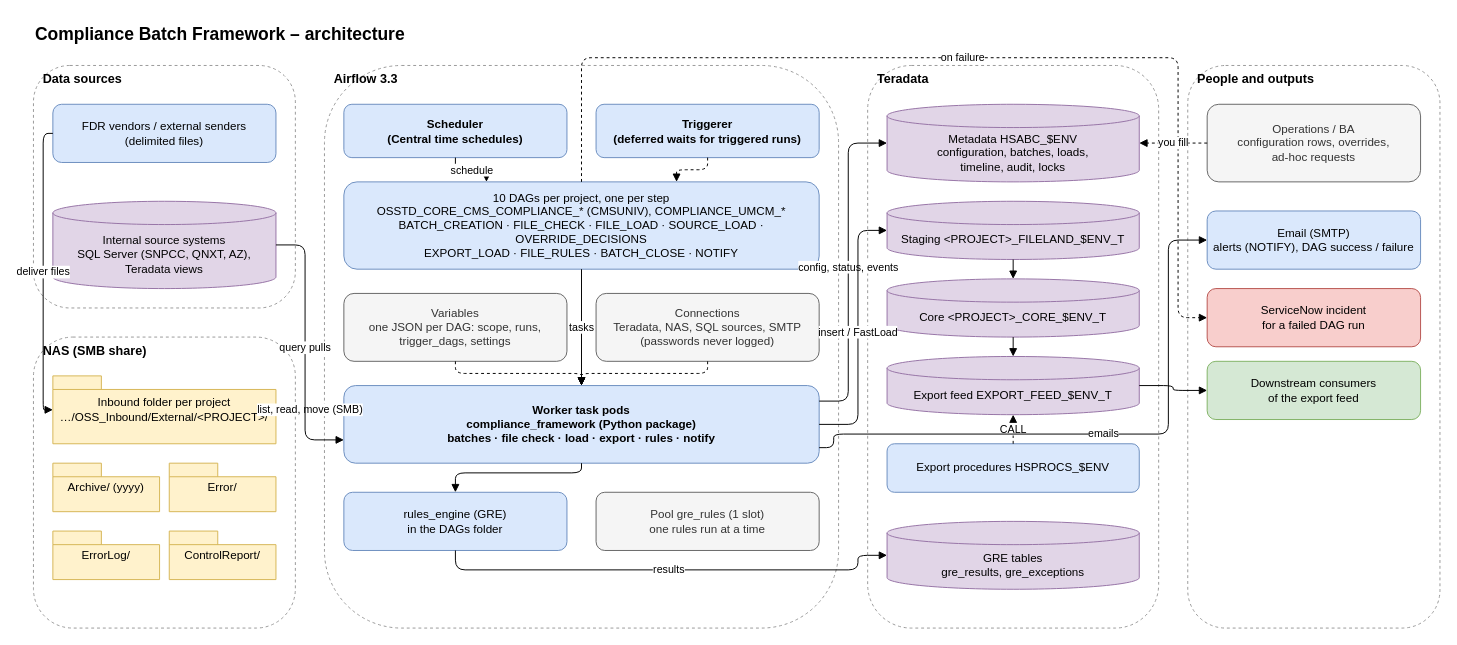
Above: page "1 Architecture" (1 of 14) of airflow_resources/docs/diagrams/compliance_framework.drawio in trinathgundavaram/framework (draw.io), before the change. Source tidied: cells renumbered, new cells numbered last; positions are measured from the earlier drawing's top-left corner, leaving out a move shared by most shapes. Both pictures are drawn from the tidied source at 97%, with x=0, y=0 at pixel (33, 16).
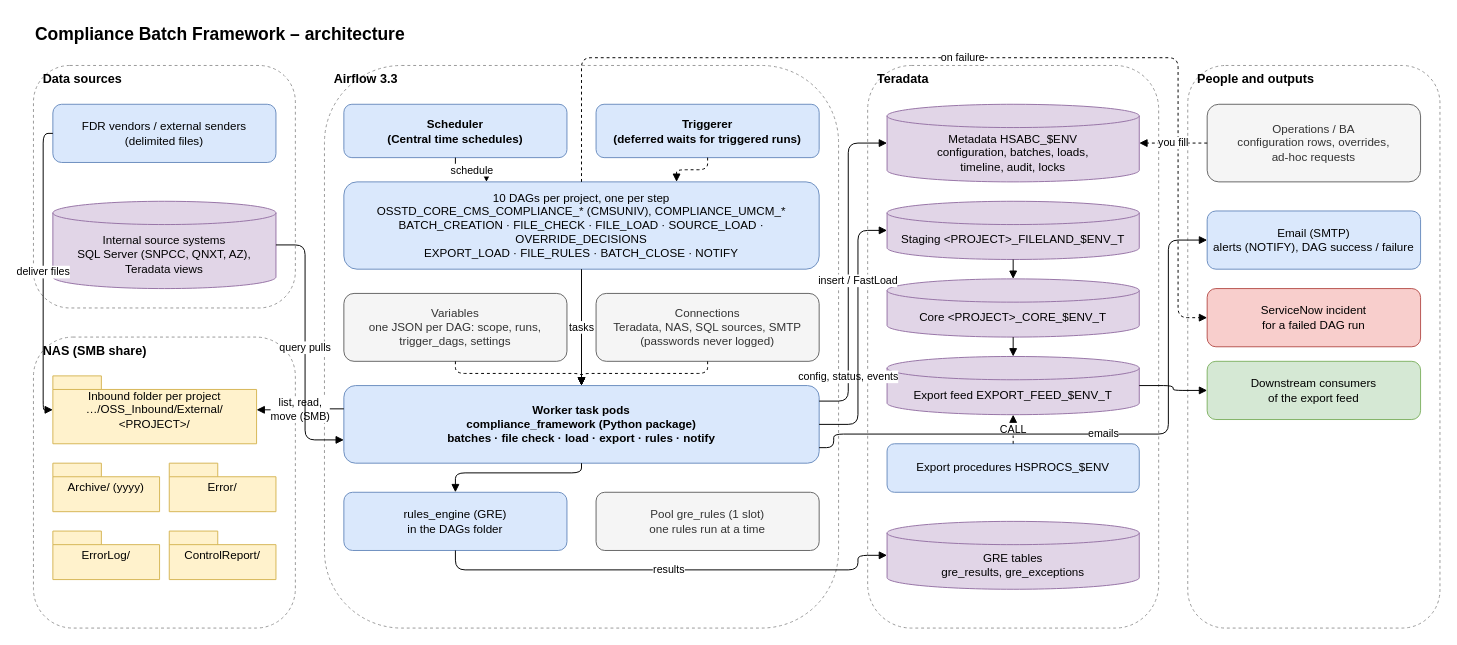
The same diagram, later.

Unchanged cells that the change refers to:
```xml
<mxCell id="18" value="Worker task pods&lt;br&gt;compliance_framework (Python package)&lt;br&gt;batches · file check · load · export · rules · notify" style="rounded=1;whiteSpace=wrap;html=1;fillColor=#dae8fc;strokeColor=#6c8ebf;fontStyle=1;" parent="1" vertex="1">
  <mxGeometry x="320" y="380" width="490" height="80" as="geometry" />
</mxCell>
<mxCell id="22" value="Metadata HSABC_$ENV&lt;br&gt;configuration, batches, loads,&lt;br&gt;timeline, audit, locks" style="shape=cylinder3;whiteSpace=wrap;html=1;boundedLbl=1;backgroundOutline=1;size=12;fillColor=#e1d5e7;strokeColor=#9673a6;" parent="1" vertex="1">
  <mxGeometry x="880" y="90" width="260" height="80" as="geometry" />
</mxCell>
<mxCell id="23" value="Staging &amp;lt;PROJECT&amp;gt;_FILELAND_$ENV_T" style="shape=cylinder3;whiteSpace=wrap;html=1;boundedLbl=1;backgroundOutline=1;size=12;fillColor=#e1d5e7;strokeColor=#9673a6;" parent="1" vertex="1">
  <mxGeometry x="880" y="190" width="260" height="60" as="geometry" />
</mxCell>
```

What changed in the source:
```diff
@@
-    <mxCell id="7" value="Inbound folder per project&lt;br&gt;…/OSS_Inbound/External/&amp;lt;PROJECT&amp;gt;/" style="shape=folder;tabWidth=50;tabHeight=14;tabPosition=left;whiteSpace=wrap;html=1;fillColor=#fff2cc;strokeColor=#d6b656;" parent="1" vertex="1">
-      <mxGeometry x="20" y="370" width="230" height="70" as="geometry" />
+    <mxCell id="7" value="Inbound folder per project&lt;br&gt;…/OSS_Inbound/External/&lt;br&gt;&amp;lt;PROJECT&amp;gt;/" style="shape=folder;tabWidth=50;tabHeight=14;tabPosition=left;whiteSpace=wrap;html=1;fillColor=#fff2cc;strokeColor=#d6b656;" parent="1" vertex="1">
+      <mxGeometry x="20" y="370" width="210" height="70" as="geometry" />
     </mxCell>
@@
-    <mxCell id="34" value="list, read, move (SMB)" style="edgeStyle=orthogonalEdgeStyle;rounded=1;html=1;endArrow=block;endFill=1;fontSize=11;labelBackgroundColor=#ffffff;exitX=0;exitY=0.3;exitDx=0;exitDy=0;entryX=1;entryY=0.5;entryDx=0;entryDy=0;" parent="1" edge="1" source="18" target="7">
+    <mxCell id="34" value="list, read,&lt;br&gt;move (SMB)" style="edgeStyle=orthogonalEdgeStyle;rounded=1;html=1;endArrow=block;endFill=1;fontSize=11;labelBackgroundColor=#ffffff;exitX=0;exitY=0.3;exitDx=0;exitDy=0;entryX=1;entryY=0.5;entryDx=0;entryDy=0;" parent="1" edge="1" source="18" target="7">
       <mxGeometry relative="1" as="geometry" />
     </mxCell>
@@
     <mxCell id="41" value="config, status, events" style="edgeStyle=orthogonalEdgeStyle;rounded=1;html=1;endArrow=block;endFill=1;fontSize=11;labelBackgroundColor=#ffffff;exitX=1;exitY=0.2;exitDx=0;exitDy=0;entryX=0;entryY=0.5;entryDx=0;entryDy=0;" parent="1" edge="1" source="18" target="22">
-      <mxGeometry relative="1" as="geometry">
+      <mxGeometry x="-0.67" relative="1" as="geometry">
         <Array as="points">
           <mxPoint x="840" y="396" />
           <mxPoint x="840" y="130" />
         </Array>
       </mxGeometry>
     </mxCell>
     <mxCell id="42" value="insert / FastLoad" style="edgeStyle=orthogonalEdgeStyle;rounded=1;html=1;endArrow=block;endFill=1;fontSize=11;labelBackgroundColor=#ffffff;exitX=1;exitY=0.5;exitDx=0;exitDy=0;entryX=0;entryY=0.5;entryDx=0;entryDy=0;" parent="1" edge="1" source="18" target="23">
-      <mxGeometry relative="1" as="geometry">
+      <mxGeometry x="0.39" relative="1" as="geometry">
         <Array as="points">
           <mxPoint x="850" y="420" />
           <mxPoint x="850" y="220" />
         </Array>
       </mxGeometry>
     </mxCell>
```
